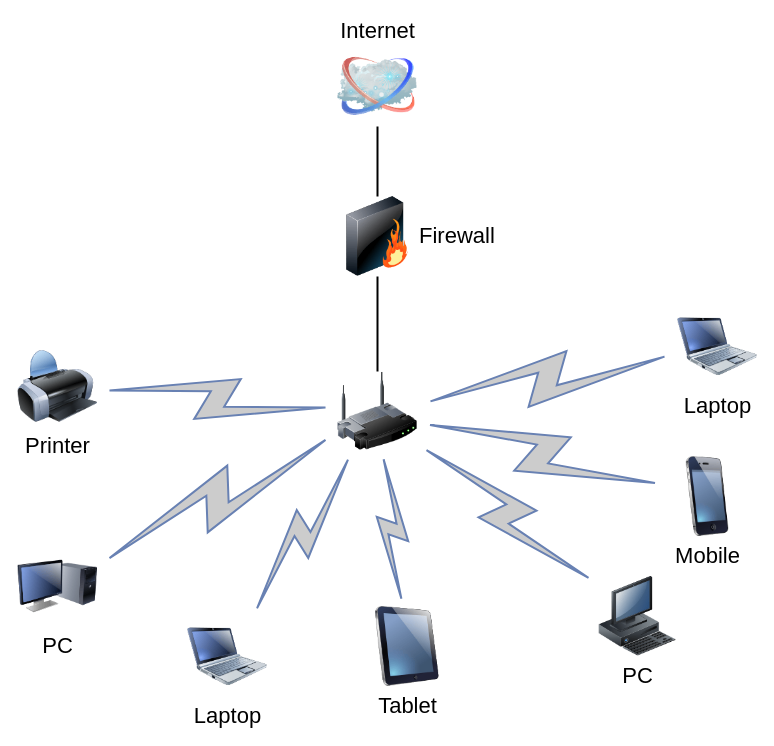
Earlier version of the draw.io diagram Diagrama sem nome.drawio (joselitopradomarques/oo). Source tidied: cells renumbered, new cells numbered last; positions are measured from the earlier drawing's top-left corner, leaving out a move shared by most shapes. Both pictures are drawn from the tidied source at 100%, with x=0, y=0 at pixel (17, 46).
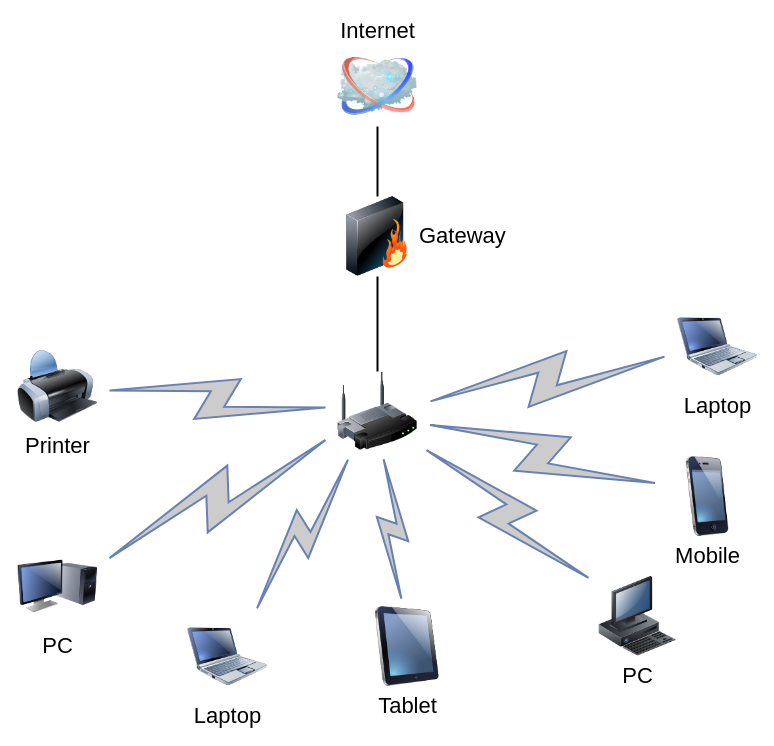
The same diagram, later.

Change to the diagram source:
```diff
@@
-    <mxCell id="6" value="Firewall" style="image;html=1;labelBackgroundColor=#ffffff;image=img/lib/clip_art/networking/Firewall_128x128.png;rounded=1;shadow=0;comic=0;strokeWidth=2;fontSize=22;labelPosition=right;verticalLabelPosition=middle;align=left;verticalAlign=middle;" parent="1" vertex="1">
+    <mxCell id="6" value="Gateway" style="image;html=1;labelBackgroundColor=#ffffff;image=img/lib/clip_art/networking/Firewall_128x128.png;rounded=1;shadow=0;comic=0;strokeWidth=2;fontSize=22;labelPosition=right;verticalLabelPosition=middle;align=left;verticalAlign=middle;" parent="1" vertex="1">
       <mxGeometry x="320" y="150" width="80" height="80" as="geometry" />
     </mxCell>
```
